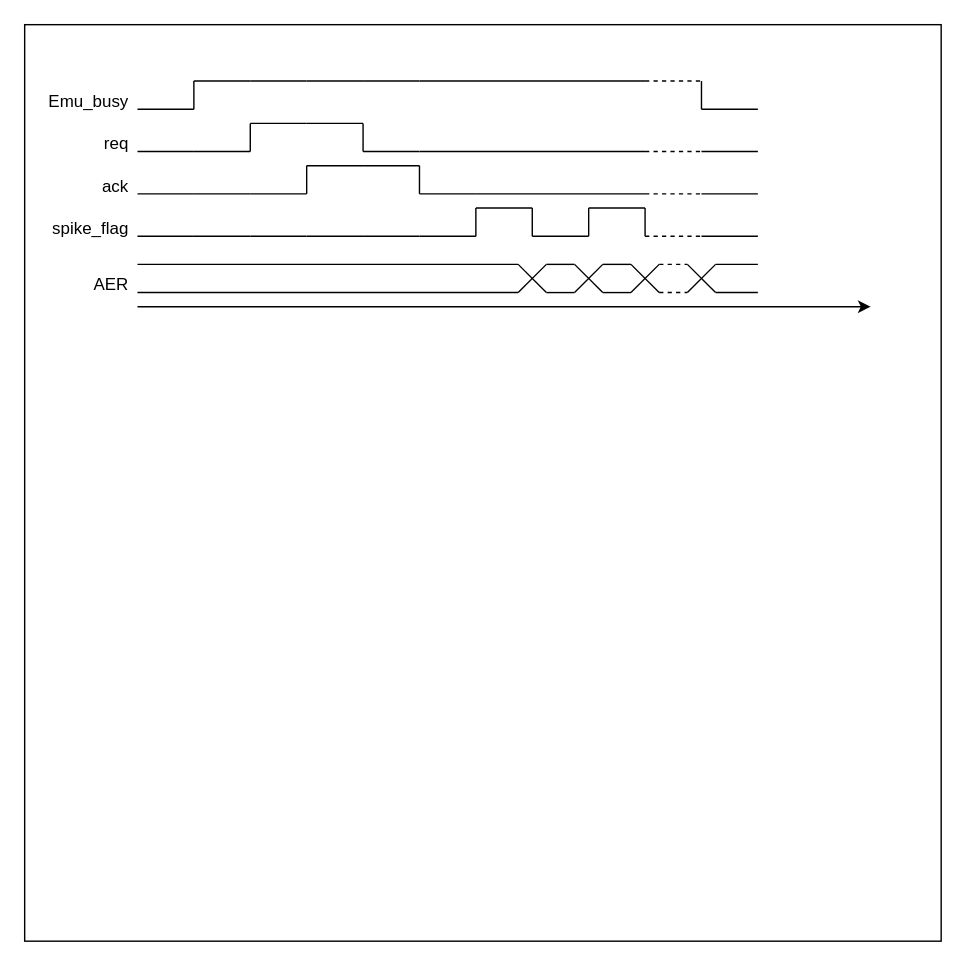
Before: protocol.drawio in AurelieSa/draw_io, a draw.io diagram. Source tidied: cells renumbered, new cells numbered last; positions are measured from the earlier drawing's top-left corner, leaving out a move shared by most shapes. Both pictures are drawn from the tidied source at 141%, with x=0, y=0 at pixel (24, 24).
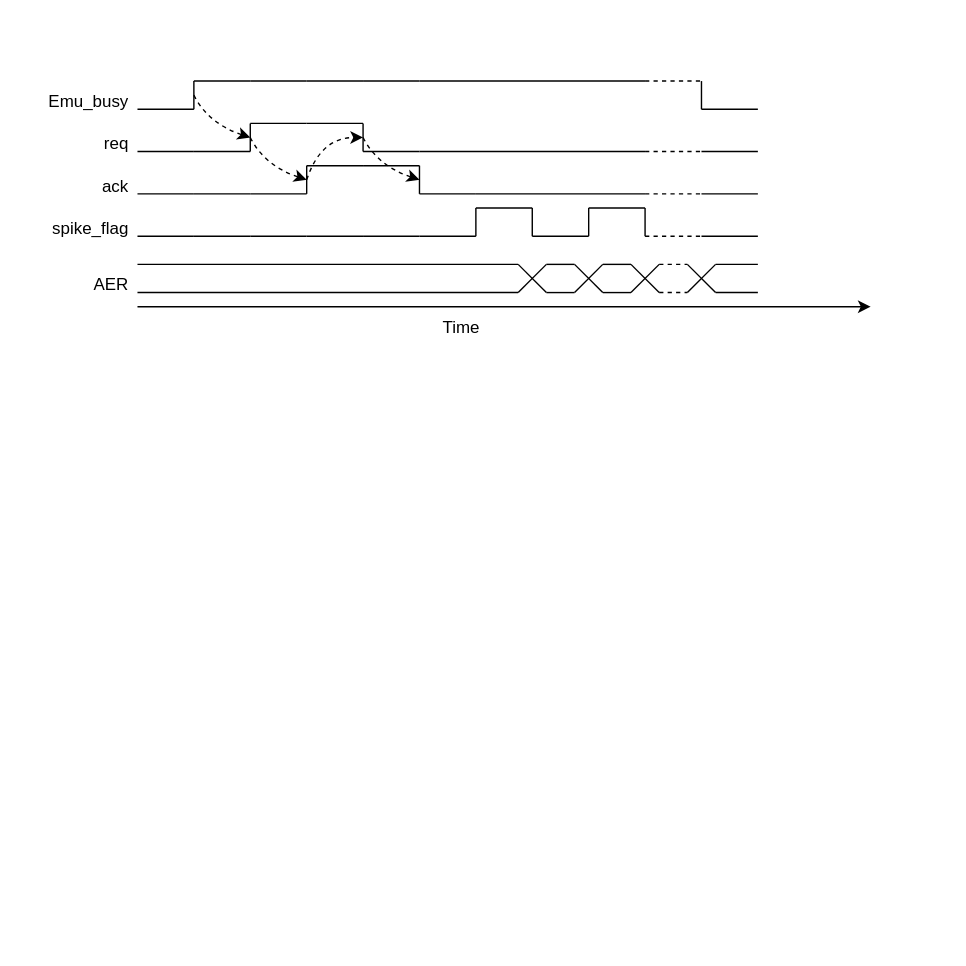
The same diagram, later.

What changed in the source:
```diff
@@
-    <mxCell id="2" style="whiteSpace=wrap;html=1;" parent="1" vertex="1">
-      <mxGeometry width="650" height="650" as="geometry" />
-    </mxCell>
@@
+    <mxCell id="73" style="endArrow=classic;html=1;rounded=0;curved=1;dashed=1;" parent="1" edge="1">
+      <mxGeometry relative="1" as="geometry">
+        <mxPoint x="160" y="80" as="sourcePoint" />
+        <mxPoint x="200" y="110" as="targetPoint" />
+        <Array as="points">
+          <mxPoint x="170" y="100" />
+        </Array>
+      </mxGeometry>
+    </mxCell>
+    <mxCell id="74" style="endArrow=classic;html=1;rounded=0;curved=1;dashed=1;" parent="1" edge="1">
+      <mxGeometry relative="1" as="geometry">
+        <mxPoint x="200" y="110" as="sourcePoint" />
+        <mxPoint x="240" y="80" as="targetPoint" />
+        <Array as="points">
+          <mxPoint x="210" y="80" />
+        </Array>
+      </mxGeometry>
+    </mxCell>
+    <mxCell id="75" style="endArrow=classic;html=1;rounded=0;curved=1;dashed=1;" parent="1" edge="1">
+      <mxGeometry relative="1" as="geometry">
+        <mxPoint x="240" y="80" as="sourcePoint" />
+        <mxPoint x="280" y="110" as="targetPoint" />
+        <Array as="points">
+          <mxPoint x="250" y="100" />
+        </Array>
+      </mxGeometry>
+    </mxCell>
+    <mxCell id="76" style="endArrow=classic;html=1;rounded=0;dashed=1;curved=1;" parent="1" edge="1">
+      <mxGeometry relative="1" as="geometry">
+        <mxPoint x="120" y="50" as="sourcePoint" />
+        <mxPoint x="160" y="80" as="targetPoint" />
+        <Array as="points">
+          <mxPoint x="130" y="70" />
+        </Array>
+      </mxGeometry>
+    </mxCell>
+    <mxCell id="77" value="Time" style="text;html=1;align=center;verticalAlign=middle;whiteSpace=wrap;rounded=0;" parent="1" vertex="1">
+      <mxGeometry x="280" y="200" width="60" height="30" as="geometry" />
+    </mxCell>
```
